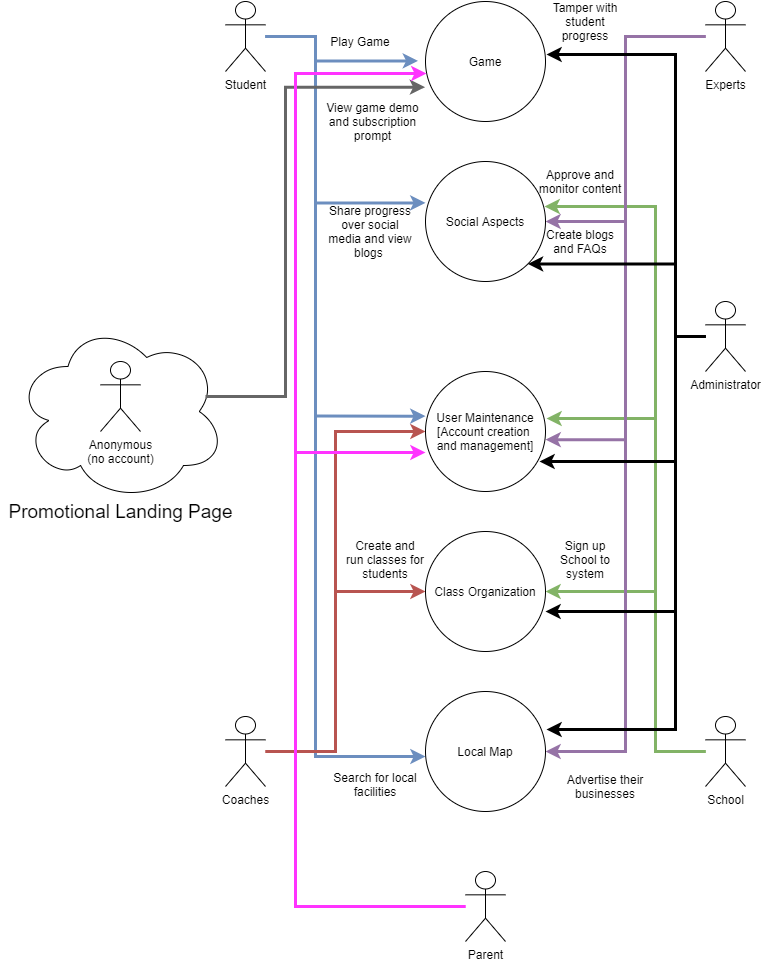
This is Deliverables/Week_2/Use Cases.png from Hanandrof/Group-3-Repository, a draw.io export, as it was before one commit. Source tidied: cells renumbered, new cells last; positions are measured from the earlier drawing's top-left corner, leaving out a move shared by most shapes.
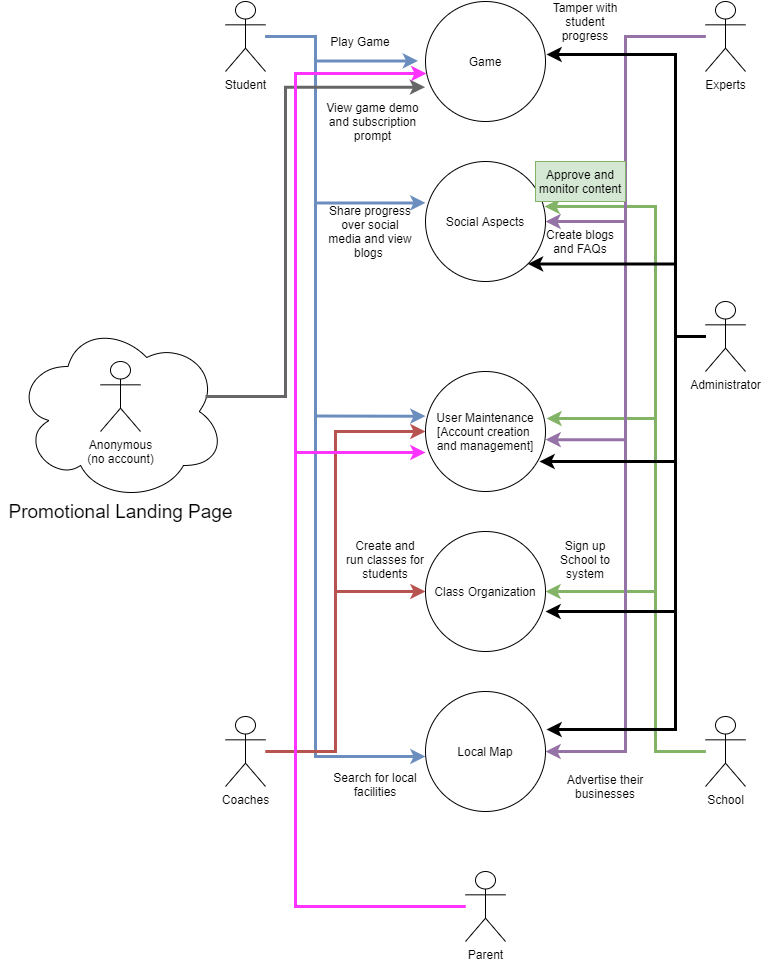
The same diagram one commit later.

The edit, as a diff of the source:
```diff
@@ -124,7 +124,7 @@
     <mxCell id="25" value="Share progress over social media and view blogs&amp;nbsp;" style="text;html=1;strokeColor=none;fillColor=none;align=center;verticalAlign=middle;whiteSpace=wrap;rounded=0;" parent="1" vertex="1">
       <mxGeometry x="325" y="210" width="90" height="40" as="geometry" />
     </mxCell>
-    <mxCell id="26" value="Approve and monitor content" style="text;html=1;strokeColor=none;fillColor=none;align=center;verticalAlign=middle;whiteSpace=wrap;rounded=0;" parent="1" vertex="1">
+    <mxCell id="26" value="Approve and monitor content" style="text;html=1;strokeColor=#82b366;fillColor=#d5e8d4;align=center;verticalAlign=middle;whiteSpace=wrap;rounded=0;" parent="1" vertex="1">
       <mxGeometry x="535" y="160" width="90" height="40" as="geometry" />
     </mxCell>
     <mxCell id="27" value="Create and run classes for students" style="text;html=1;strokeColor=none;fillColor=none;align=center;verticalAlign=middle;whiteSpace=wrap;rounded=0;" parent="1" vertex="1">
```
